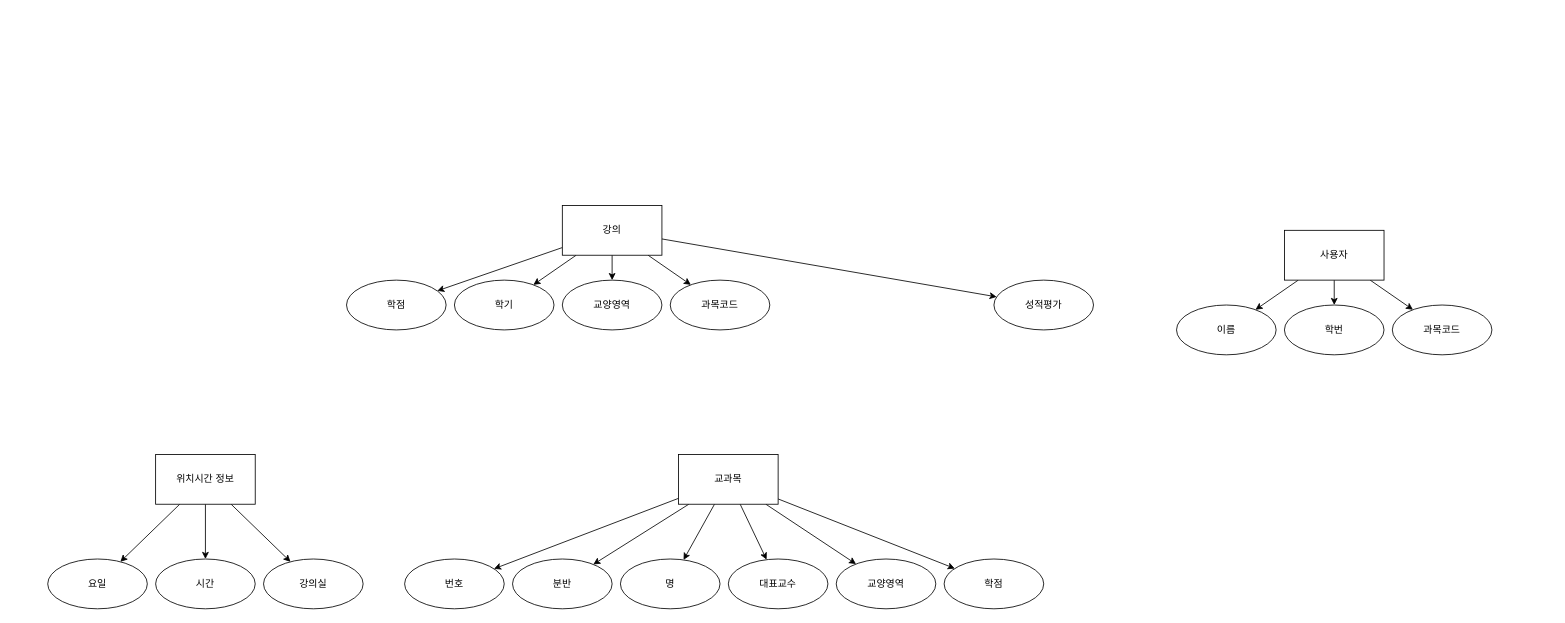
Above: Untitled Diagram.drawio in Skoooo/webmafia (draw.io), before the change. Source tidied: cells renumbered, new cells numbered last; positions are measured from the earlier drawing's top-left corner, leaving out a move shared by most shapes. Both pictures are drawn from the tidied source at 83%, with x=0, y=0 at pixel (47, 205).
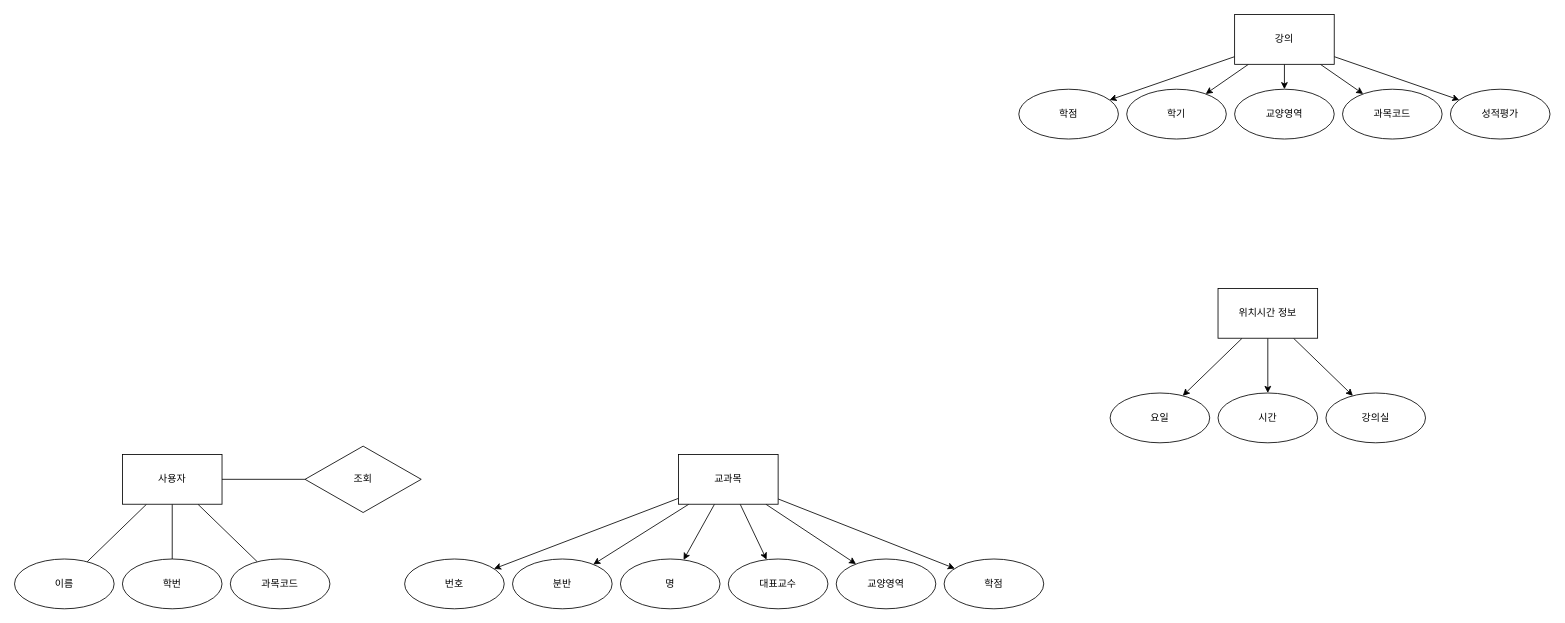
The same diagram, later.

The edit, as a diff of the source:
```diff
@@
     <mxCell id="10" value="강의" style="rounded=0;whiteSpace=wrap;html=1;" parent="1" vertex="1">
-      <mxGeometry x="620" width="120" height="60" as="geometry" />
+      <mxGeometry x="1430" y="-230" width="120" height="60" as="geometry" />
     </mxCell>
     <mxCell id="11" value="과목코드" style="ellipse;whiteSpace=wrap;html=1;rounded=0;" parent="1" vertex="1">
-      <mxGeometry x="750" y="90" width="120" height="60" as="geometry" />
+      <mxGeometry x="1560" y="-140" width="120" height="60" as="geometry" />
     </mxCell>
     <mxCell id="12" value="강의실" style="ellipse;whiteSpace=wrap;html=1;rounded=0;" parent="1" vertex="1">
-      <mxGeometry x="260" y="426" width="120" height="60" as="geometry" />
+      <mxGeometry x="1540" y="226" width="120" height="60" as="geometry" />
     </mxCell>
-    <mxCell id="13" style="rounded=0;jettySize=auto;html=1;" parent="1" edge="1" source="16" target="17">
+    <mxCell id="13" style="rounded=0;jettySize=auto;html=1;endArrow=none;endFill=0;" parent="1" edge="1" source="16" target="17">
       <mxGeometry relative="1" as="geometry" />
     </mxCell>
-    <mxCell id="14" style="rounded=0;jettySize=auto;html=1;" parent="1" edge="1" source="16" target="18">
+    <mxCell id="14" style="rounded=0;jettySize=auto;html=1;endArrow=none;endFill=0;" parent="1" edge="1" source="16" target="18">
       <mxGeometry relative="1" as="geometry" />
     </mxCell>
-    <mxCell id="15" style="rounded=0;jettySize=auto;html=1;" parent="1" edge="1" source="16" target="19">
+    <mxCell id="15" style="rounded=0;jettySize=auto;html=1;endArrow=none;endFill=0;" parent="1" edge="1" source="16" target="19">
       <mxGeometry relative="1" as="geometry" />
     </mxCell>
+    <mxCell id="42" style="edgeStyle=none;rounded=0;jettySize=auto;html=1;strokeColor=default;endArrow=none;endFill=0;" parent="1" edge="1" source="16" target="43">
+      <mxGeometry relative="1" as="geometry" />
+    </mxCell>
     <mxCell id="16" value="사용자" style="rounded=0;whiteSpace=wrap;html=1;" parent="1" vertex="1">
-      <mxGeometry x="1490" y="30" width="120" height="60" as="geometry" />
+      <mxGeometry x="90" y="300" width="120" height="60" as="geometry" />
     </mxCell>
     <mxCell id="17" value="과목코드" style="ellipse;whiteSpace=wrap;html=1;rounded=0;" parent="1" vertex="1">
-      <mxGeometry x="1620" y="120" width="120" height="60" as="geometry" />
+      <mxGeometry x="220" y="426" width="120" height="60" as="geometry" />
     </mxCell>
     <mxCell id="18" value="이름" style="ellipse;whiteSpace=wrap;html=1;rounded=0;" parent="1" vertex="1">
-      <mxGeometry x="1360" y="120" width="120" height="60" as="geometry" />
+      <mxGeometry x="-40" y="426" width="120" height="60" as="geometry" />
     </mxCell>
     <mxCell id="19" value="학번" style="ellipse;whiteSpace=wrap;html=1;rounded=0;" parent="1" vertex="1">
-      <mxGeometry x="1490" y="120" width="120" height="60" as="geometry" />
+      <mxGeometry x="90" y="426" width="120" height="60" as="geometry" />
     </mxCell>
     <mxCell id="20" value="학기" style="ellipse;whiteSpace=wrap;html=1;rounded=0;" parent="1" vertex="1">
-      <mxGeometry x="490" y="90" width="120" height="60" as="geometry" />
+      <mxGeometry x="1300" y="-140" width="120" height="60" as="geometry" />
     </mxCell>
     <mxCell id="21" value="교양영역" style="ellipse;whiteSpace=wrap;html=1;rounded=0;" parent="1" vertex="1">
-      <mxGeometry x="620" y="90" width="120" height="60" as="geometry" />
+      <mxGeometry x="1430" y="-140" width="120" height="60" as="geometry" />
     </mxCell>
     <mxCell id="22" value="학점" style="ellipse;whiteSpace=wrap;html=1;rounded=0;" parent="1" vertex="1">
-      <mxGeometry x="360" y="90" width="120" height="60" as="geometry" />
+      <mxGeometry x="1170" y="-140" width="120" height="60" as="geometry" />
     </mxCell>
     <mxCell id="23" value="성적평가" style="ellipse;whiteSpace=wrap;html=1;rounded=0;" parent="1" vertex="1">
-      <mxGeometry x="1140" y="90" width="120" height="60" as="geometry" />
+      <mxGeometry x="1690" y="-140" width="120" height="60" as="geometry" />
     </mxCell>
     <mxCell id="24" value="요일" style="ellipse;whiteSpace=wrap;html=1;rounded=0;" parent="1" vertex="1">
-      <mxGeometry y="426" width="120" height="60" as="geometry" />
+      <mxGeometry x="1280" y="226" width="120" height="60" as="geometry" />
     </mxCell>
     <mxCell id="25" value="시간" style="ellipse;whiteSpace=wrap;html=1;rounded=0;" parent="1" vertex="1">
-      <mxGeometry x="130" y="426" width="120" height="60" as="geometry" />
+      <mxGeometry x="1410" y="226" width="120" height="60" as="geometry" />
     </mxCell>
     <mxCell id="26" value="위치시간 정보" style="rounded=0;whiteSpace=wrap;html=1;" parent="1" vertex="1">
-      <mxGeometry x="130" y="300" width="120" height="60" as="geometry" />
+      <mxGeometry x="1410" y="100" width="120" height="60" as="geometry" />
     </mxCell>
@@
+    <mxCell id="43" value="조회" style="rhombus;whiteSpace=wrap;html=1;rounded=0;" parent="1" vertex="1">
+      <mxGeometry x="310" y="290" width="140" height="80" as="geometry" />
+    </mxCell>
+    <mxCell id="44" style="edgeStyle=none;rounded=0;orthogonalLoop=1;jettySize=auto;html=1;exitX=0;exitY=1;exitDx=0;exitDy=0;" parent="1" edge="1" source="43" target="43">
+      <mxGeometry relative="1" as="geometry" />
+    </mxCell>
```
